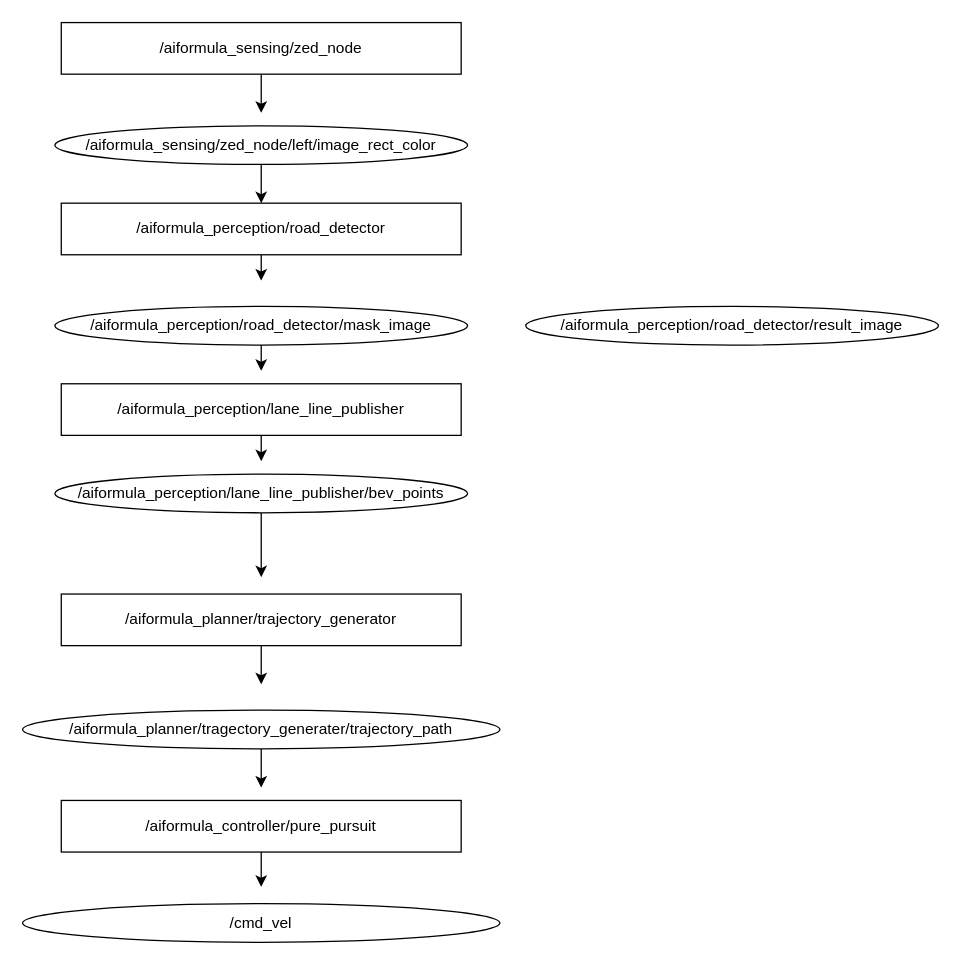
This is documents/system_architecture.drawio from aiformula-support/aiformula_common, a draw.io file, before an edit. Source tidied: cells renumbered, new cells numbered last; positions are measured from the earlier drawing's top-left corner, leaving out a move shared by most shapes. Both pictures are drawn from the tidied source at 129%, with x=0, y=0 at pixel (22, 22).
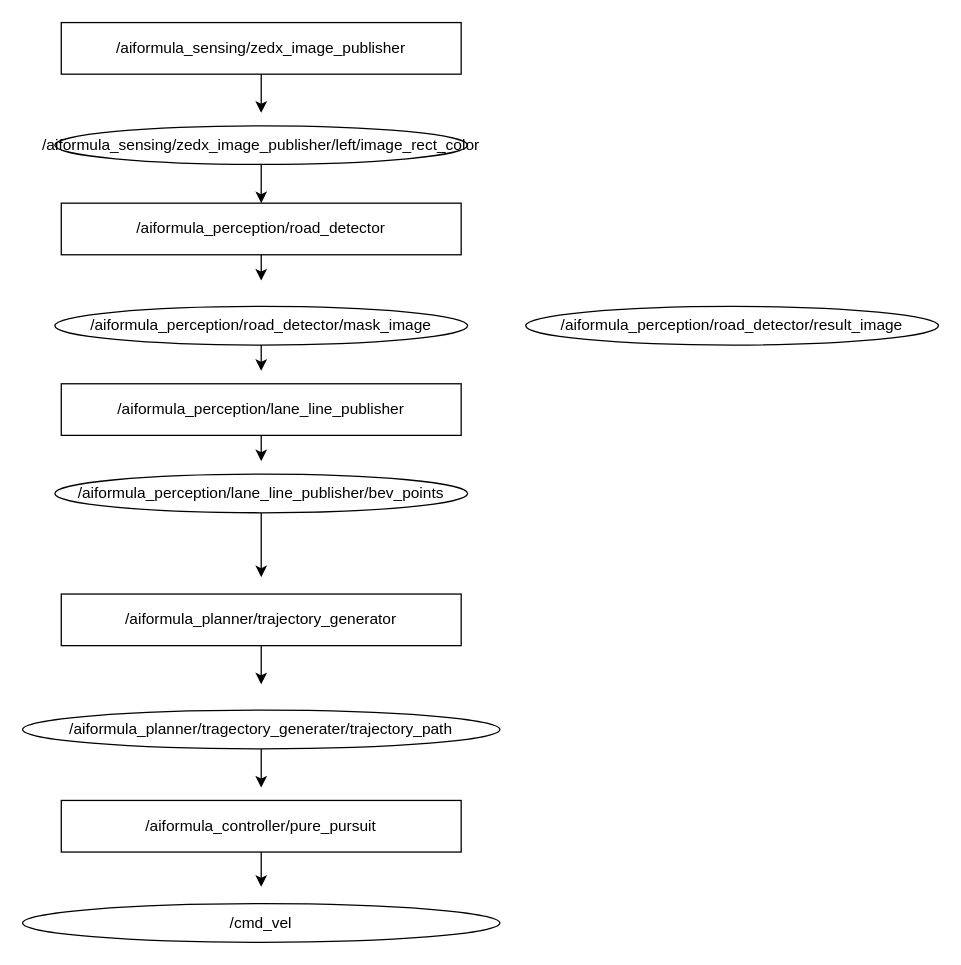
After the change.

Diff of the diagram source:
```diff
@@
-    <mxCell id="3" value="/aiformula_sensing/zed_node" style="whiteSpace=wrap;html=1;" parent="1" vertex="1">
+    <mxCell id="3" value="/aiformula_sensing/zedx_image_publisher" style="whiteSpace=wrap;html=1;" parent="1" vertex="1">
       <mxGeometry x="30" width="310" height="40" as="geometry" />
     </mxCell>
@@
-    <mxCell id="7" value="/aiformula_sensing/zed_node/left/image_rect_color" style="ellipse;whiteSpace=wrap;html=1;" parent="1" vertex="1">
+    <mxCell id="7" value="/aiformula_sensing/zedx_image_publisher/left/image_rect_color" style="ellipse;whiteSpace=wrap;html=1;" parent="1" vertex="1">
       <mxGeometry x="25" y="80" width="320" height="30" as="geometry" />
     </mxCell>
```
